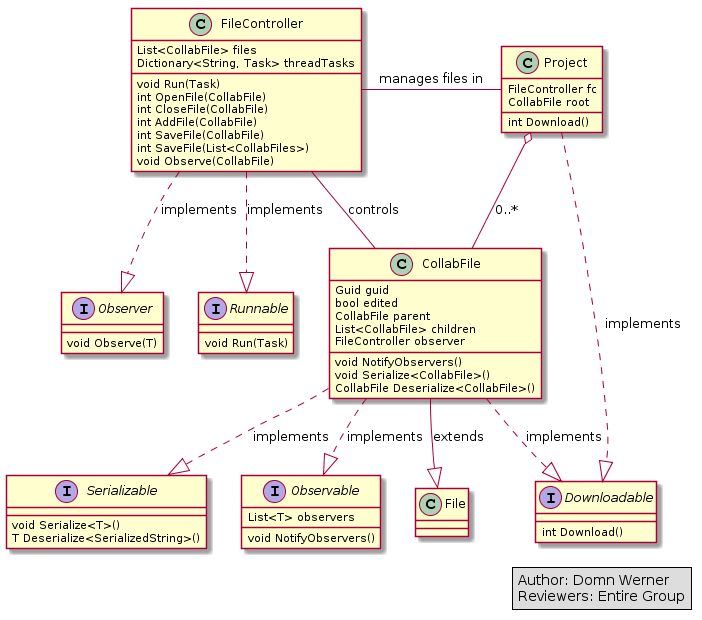
cs383-4/sQuire keeps this PlantUML diagram as doc/SSRS/images/ClassDiagrams/FileManagement.png. Above is the earlier version.
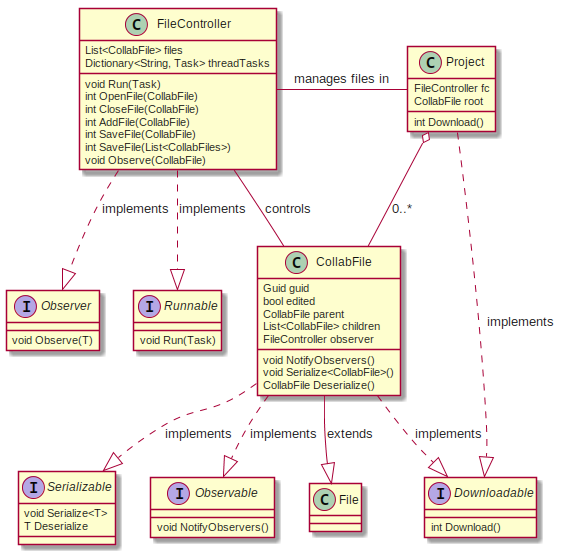
After the change.

Diff of the diagram source:
```diff
@@ -1,18 +1,13 @@
 @startuml
-legend right
-    Author: Domn Werner
-    Reviewers: Entire Group
-endlegend
 
 interface Downloadable {
     int Download()
 }
 interface Serializable {
-    void Serialize<T>()
-    T Deserialize<SerializedString>()
+    void Serialize<T>
+    T Deserialize
 }
 interface Observable {
-    List<T> observers
     void NotifyObservers()
 }
 interface Observer {
@@ -52,7 +47,7 @@
 
     void NotifyObservers()
     void Serialize<CollabFile>()
-    CollabFile Deserialize<CollabFile>()
+    CollabFile Deserialize()
 }
 
 CollabFile --|> File : extends
```
